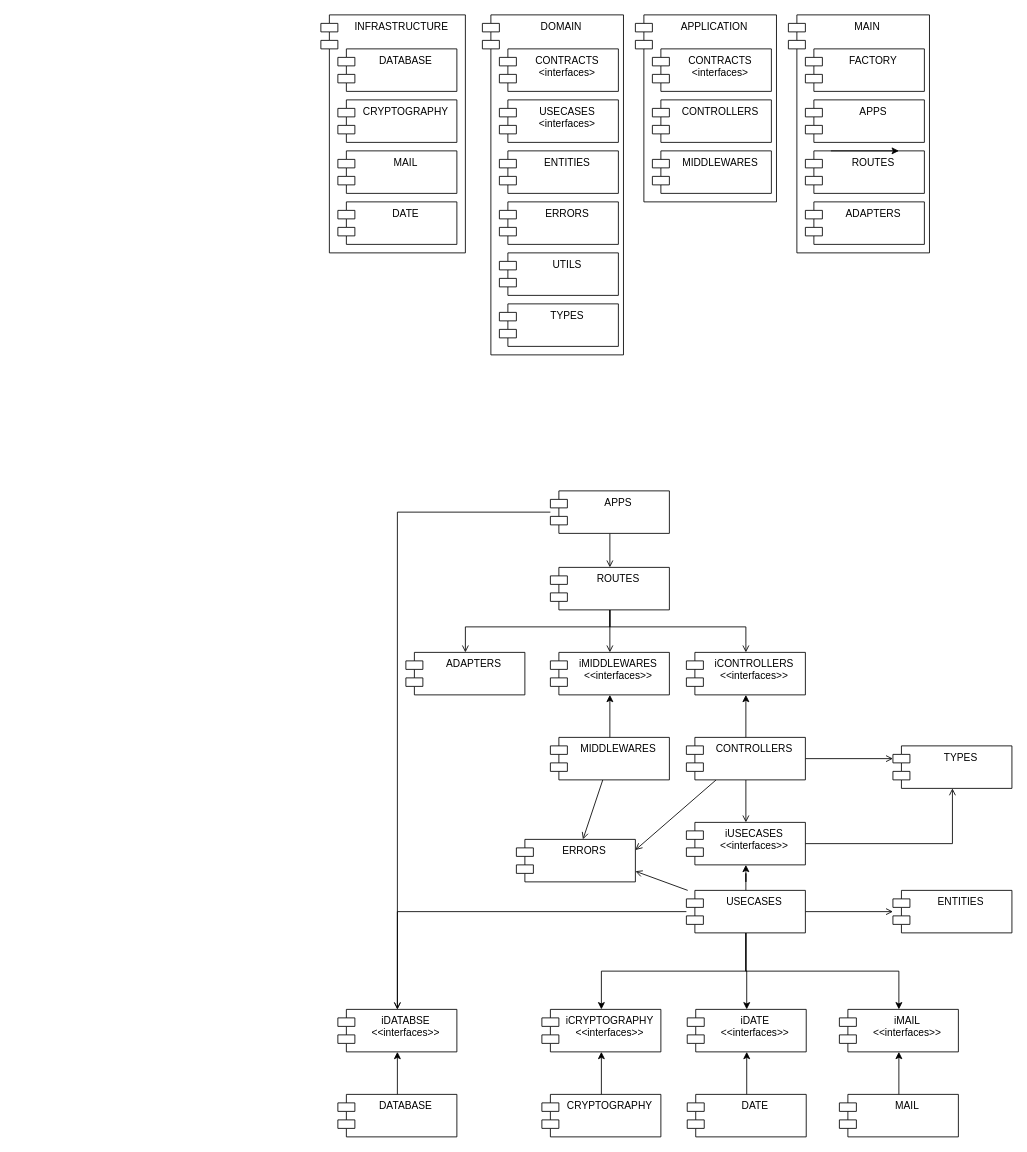
This is page "Diagrama de componentes" (1 of 3) of documentation/Components/diagramas-de-components.drawio from MateusNGF/comandas, a draw.io file, before an edit. Source tidied: cells renumbered, new cells numbered last; positions are measured from the earlier drawing's top-left corner, leaving out a move shared by most shapes. Both pictures are drawn from the tidied source at 85%, with x=0, y=0 at pixel (320, 14).
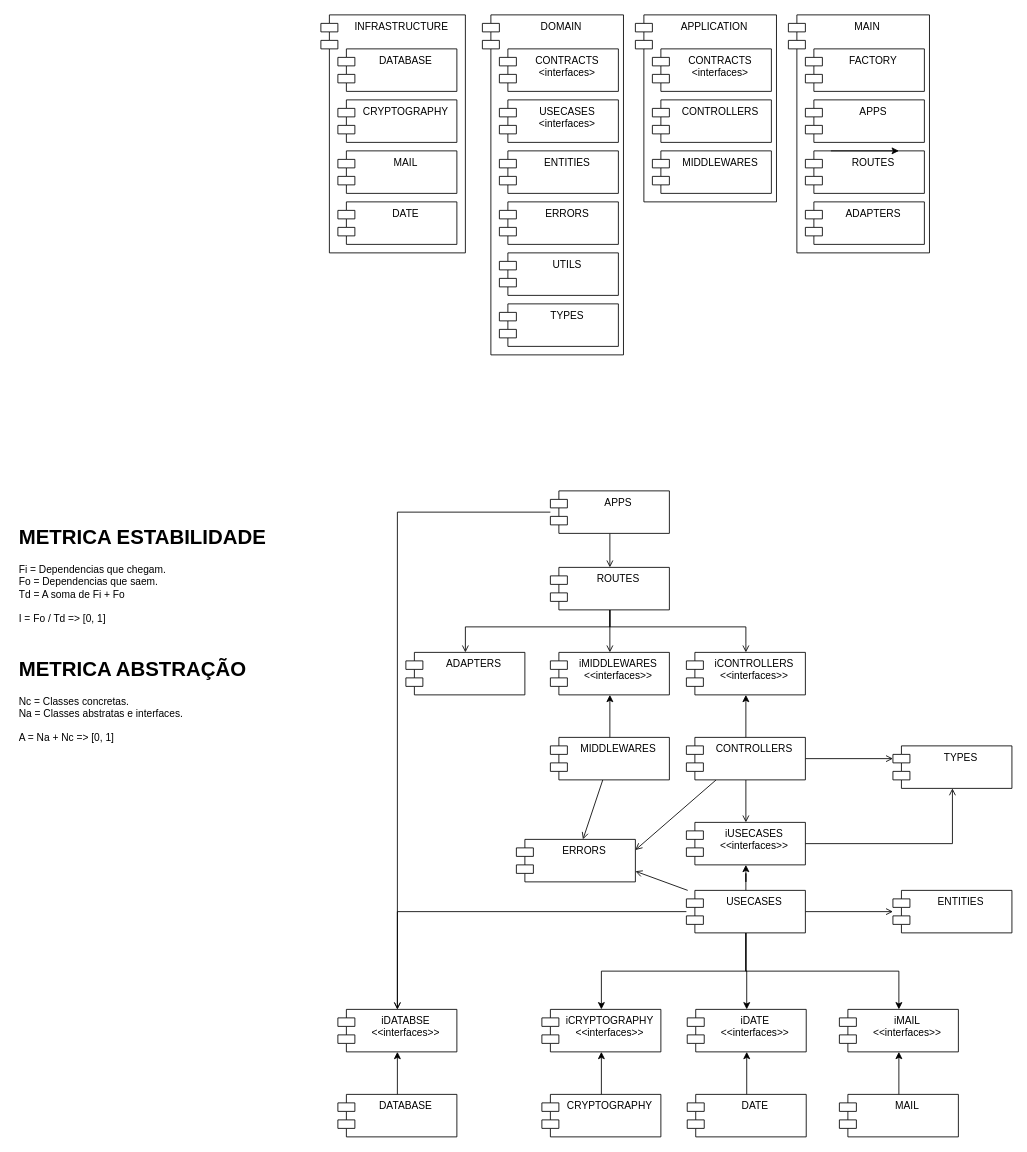
After the change.

Change to the diagram source:
```diff
@@
+    <mxCell id="67" value="&lt;h1&gt;METRICA ESTABILIDADE&lt;/h1&gt;&lt;div&gt;Fi = Dependencias que chegam.&lt;/div&gt;&lt;div&gt;Fo = Dependencias que saem.&lt;/div&gt;&lt;div&gt;Td = A soma de Fi + Fo&lt;/div&gt;&lt;div&gt;&lt;br&gt;&lt;/div&gt;&lt;div&gt;I = Fo / Td =&amp;gt; [0, 1]&amp;nbsp;&lt;/div&gt;" style="text;html=1;strokeColor=none;fillColor=none;spacing=5;spacingTop=-20;whiteSpace=wrap;overflow=hidden;rounded=0;" parent="1" vertex="1">
+      <mxGeometry x="-360" y="595" width="330" height="145" as="geometry" />
+    </mxCell>
+    <mxCell id="68" value="&lt;h1&gt;METRICA ABSTRAÇÃO&lt;/h1&gt;&lt;div&gt;Nc = Classes concretas.&lt;/div&gt;&lt;div&gt;Na = Classes abstratas e interfaces.&lt;/div&gt;&lt;div&gt;&lt;br&gt;&lt;/div&gt;&lt;div&gt;A = Na + Nc =&amp;gt; [0, 1]&lt;/div&gt;" style="text;html=1;strokeColor=none;fillColor=none;spacing=5;spacingTop=-20;whiteSpace=wrap;overflow=hidden;rounded=0;" parent="1" vertex="1">
+      <mxGeometry x="-360" y="750" width="330" height="110" as="geometry" />
+    </mxCell>
```
